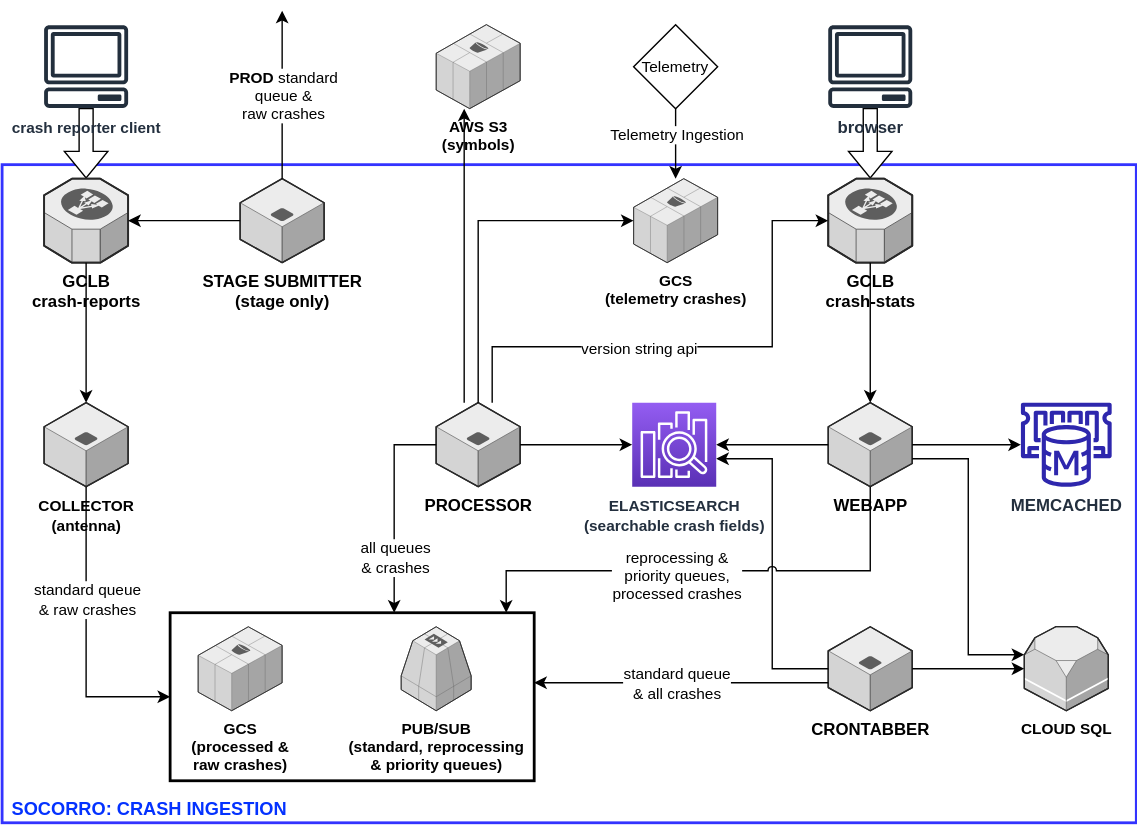
This is docs/drawio/socorro_architecture.drawio.svg from mozilla-services/socorro, a draw.io export, as it was before one commit. Source tidied: cells renumbered, new cells last; positions are measured from the earlier drawing's top-left corner, leaving out a move shared by most shapes.
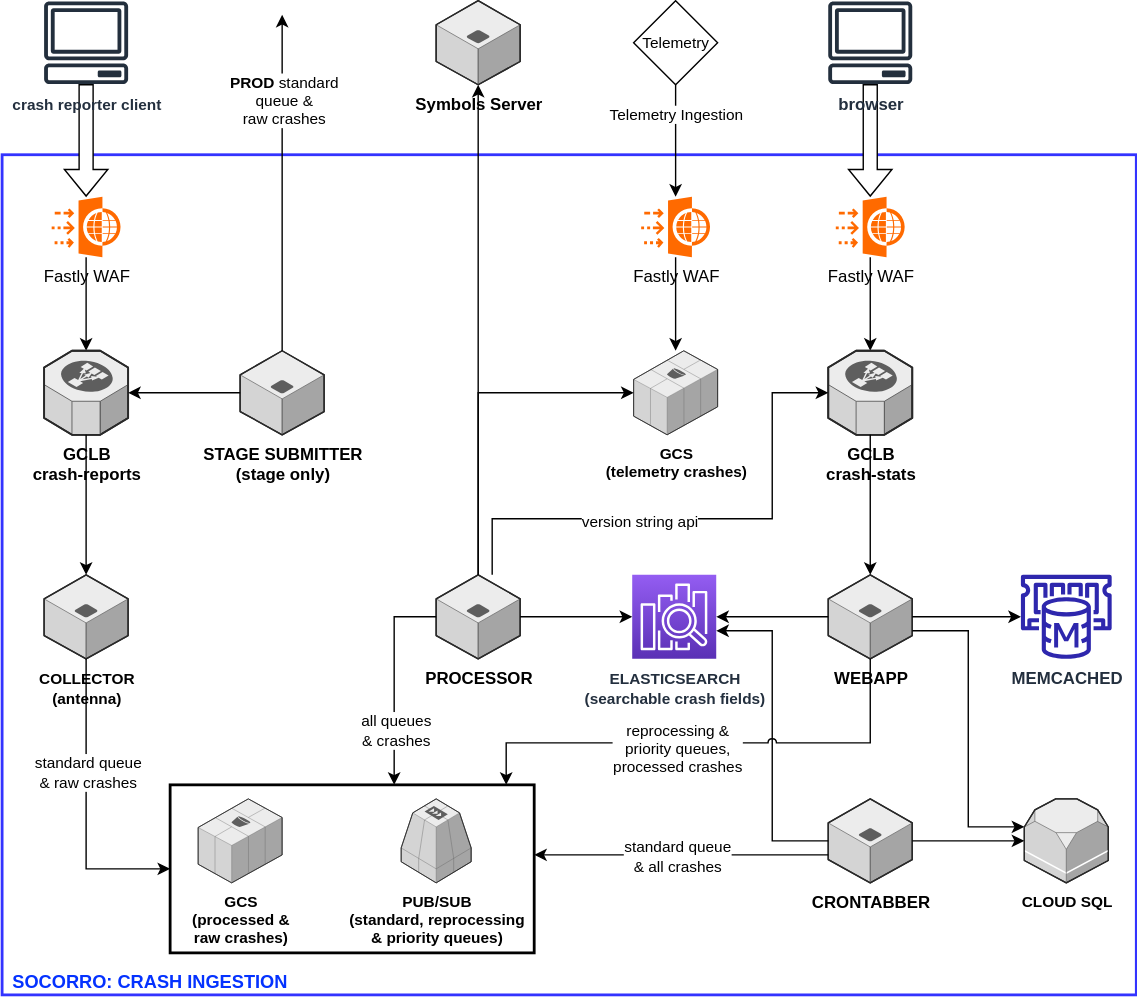
After the commit.

Commit message:
Add Fastly to the architecture diagram. (#7076)

Diff of the diagram source:
```diff
@@ -3,20 +3,17 @@
     <mxCell id="0" />
     <mxCell id="1" parent="0" />
     <mxCell id="2" style="rounded=0;whiteSpace=wrap;html=1;fontSize=11;strokeColor=#3333FF;strokeWidth=2;" parent="1" vertex="1">
-      <mxGeometry y="110" width="810" height="470" as="geometry" />
+      <mxGeometry y="-20" width="810" height="600" as="geometry" />
     </mxCell>
     <mxCell id="3" style="rounded=0;whiteSpace=wrap;html=1;fontSize=11;strokeColor=#000000;strokeWidth=2;" parent="1" vertex="1">
       <mxGeometry x="120" y="430" width="260" height="120" as="geometry" />
     </mxCell>
-    <mxCell id="4" style="shape=flexArrow;endArrow=classic;html=1;rounded=0;fillColor=default;startArrow=none;startFill=0;" parent="1" edge="1" source="6" target="7">
+    <mxCell id="4" style="endArrow=classic;html=1;rounded=0;fillColor=default;startArrow=none;startFill=0;" parent="1" edge="1" source="50" target="7">
       <mxGeometry relative="1" as="geometry" />
     </mxCell>
     <mxCell id="5" value="Telemetry" style="rhombus;whiteSpace=wrap;html=1;fontSize=11;fillColor=none;" parent="1" vertex="1">
-      <mxGeometry x="451" y="10" width="60" height="60" as="geometry" />
+      <mxGeometry x="451" y="-130" width="60" height="60" as="geometry" />
     </mxCell>
-    <mxCell id="6" value="&lt;font style=&quot;font-size: 11px&quot;&gt;&lt;b&gt;crash reporter client&lt;/b&gt;&lt;/font&gt;" style="sketch=0;outlineConnect=0;fontColor=#232F3E;gradientColor=none;fillColor=#232F3D;strokeColor=none;dashed=0;verticalLabelPosition=bottom;verticalAlign=top;align=center;html=1;fontSize=12;fontStyle=0;shape=mxgraph.aws4.client;" parent="1" vertex="1">
-      <mxGeometry x="30" y="10" width="60" height="60" as="geometry" />
-    </mxCell>
     <mxCell id="7" value="&lt;b&gt;GCLB&lt;br&gt;crash-reports&lt;br&gt;&lt;/b&gt;" style="verticalLabelPosition=bottom;html=1;verticalAlign=top;strokeWidth=1;align=center;outlineConnect=0;dashed=0;outlineConnect=0;shape=mxgraph.aws3d.elasticLoadBalancing;fillColor=#ECECEC;strokeColor=#5E5E5E;" parent="1" vertex="1">
       <mxGeometry x="30" y="120" width="60" height="60" as="geometry" />
     </mxCell>
@@ -29,7 +26,7 @@
     <mxCell id="10" value="&lt;b&gt;CLOUD SQL&lt;br&gt;&lt;/b&gt;" style="verticalLabelPosition=bottom;html=1;verticalAlign=top;strokeWidth=1;align=center;outlineConnect=0;dashed=0;outlineConnect=0;shape=mxgraph.aws3d.rds;fillColor=#ECECEC;strokeColor=#5E5E5E;fontSize=11;" parent="1" vertex="1">
       <mxGeometry x="730" y="440" width="60" height="60" as="geometry" />
     </mxCell>
-    <mxCell id="11" style="shape=flexArrow;endArrow=classic;html=1;rounded=0;fillColor=default;" parent="1" edge="1" source="20" target="21">
+    <mxCell id="11" style="endArrow=classic;html=1;rounded=0;fillColor=default;" parent="1" edge="1" source="52" target="21">
       <mxGeometry relative="1" as="geometry" />
     </mxCell>
     <mxCell id="12" value="&lt;b&gt;&lt;font style=&quot;font-size: 13px&quot;&gt;SOCORRO: CRASH INGESTION&lt;/font&gt;&lt;/b&gt;" style="text;html=1;align=center;verticalAlign=middle;fillColor=none;strokeColor=none;rounded=0;fontSize=11;fontColor=#0432ff;" parent="1" vertex="1">
@@ -53,12 +50,6 @@
     <mxCell id="18" value="&lt;b&gt;CRONTABBER&lt;/b&gt;" style="verticalLabelPosition=bottom;html=1;verticalAlign=top;strokeWidth=1;align=center;outlineConnect=0;dashed=0;outlineConnect=0;shape=mxgraph.aws3d.application_server;fillColor=#ECECEC;strokeColor=#5E5E5E;" parent="1" vertex="1">
       <mxGeometry x="590" y="440" width="60" height="60" as="geometry" />
     </mxCell>
-    <mxCell id="19" value="&lt;b&gt;AWS S3&lt;br&gt;&lt;/b&gt;&lt;div&gt;&lt;b&gt;(symbols)&lt;br&gt;&lt;/b&gt;&lt;/div&gt;" style="verticalLabelPosition=bottom;html=1;verticalAlign=top;strokeWidth=1;align=center;outlineConnect=0;dashed=0;outlineConnect=0;shape=mxgraph.aws3d.s3;fillColor=#ECECEC;strokeColor=#5E5E5E;fontSize=11;" parent="1" vertex="1">
-      <mxGeometry x="310" y="10" width="60" height="60" as="geometry" />
-    </mxCell>
-    <mxCell id="20" value="&lt;b&gt;browser&lt;/b&gt;" style="sketch=0;outlineConnect=0;fontColor=#232F3E;gradientColor=none;fillColor=#232F3D;strokeColor=none;dashed=0;verticalLabelPosition=bottom;verticalAlign=top;align=center;html=1;fontSize=12;fontStyle=0;shape=mxgraph.aws4.client;" parent="1" vertex="1">
-      <mxGeometry x="590" y="10" width="60" height="60" as="geometry" />
-    </mxCell>
     <mxCell id="21" value="&lt;b&gt;GCLB&lt;br&gt;crash-stats&lt;/b&gt;" style="verticalLabelPosition=bottom;html=1;verticalAlign=top;strokeWidth=1;align=center;outlineConnect=0;dashed=0;outlineConnect=0;shape=mxgraph.aws3d.elasticLoadBalancing;fillColor=#ECECEC;strokeColor=#5E5E5E;" parent="1" vertex="1">
       <mxGeometry x="590" y="120" width="60" height="60" as="geometry" />
     </mxCell>
@@ -97,7 +88,7 @@
     </mxCell>
     <mxCell id="29" style="endArrow=classic;html=1;rounded=0;edgeStyle=orthogonalEdgeStyle;" parent="1" edge="1" source="22">
       <mxGeometry relative="1" as="geometry">
-        <mxPoint x="200" as="targetPoint" />
+        <mxPoint x="200" y="-120" as="targetPoint" />
         <Array as="points">
           <mxPoint x="200" y="50" />
           <mxPoint x="200" y="50" />
@@ -106,7 +97,7 @@
     </mxCell>
     <mxCell id="30" value="&lt;div&gt;&lt;b&gt;PROD&lt;/b&gt; standard&lt;/div&gt;&lt;div&gt;queue &amp;amp;&lt;/div&gt;&lt;div&gt;raw crashes&lt;br&gt;&lt;/div&gt;" style="edgeLabel;html=1;align=center;verticalAlign=middle;" parent="29" vertex="1">
       <mxGeometry x="-0.34" y="-2" relative="1" as="geometry">
-        <mxPoint x="-2" y="-20" as="offset" />
+        <mxPoint x="-2" y="-101" as="offset" />
       </mxGeometry>
     </mxCell>
     <mxCell id="31" style="endArrow=classic;html=1;rounded=0;edgeStyle=orthogonalEdgeStyle;" parent="1" edge="1" source="22" target="7">
@@ -129,20 +120,12 @@
     <mxCell id="34" style="endArrow=classic;html=1;rounded=0;edgeStyle=orthogonalEdgeStyle;" parent="1" edge="1" source="7" target="8">
       <mxGeometry relative="1" as="geometry" />
     </mxCell>
-    <mxCell id="35" style="endArrow=none;html=1;rounded=0;startArrow=classic;startFill=1;endFill=0;edgeStyle=orthogonalEdgeStyle;" parent="1" edge="1" source="19" target="16">
-      <mxGeometry relative="1" as="geometry">
-        <Array as="points">
-          <mxPoint x="330" y="170" />
-          <mxPoint x="330" y="170" />
-        </Array>
-      </mxGeometry>
+    <mxCell id="35" style="endArrow=none;html=1;rounded=0;startArrow=classic;startFill=1;endFill=0;edgeStyle=orthogonalEdgeStyle;" parent="1" edge="1" source="53" target="16">
+      <mxGeometry relative="1" as="geometry" />
     </mxCell>
-    <mxCell id="36" style="endArrow=classic;html=1;rounded=0;edgeStyle=orthogonalEdgeStyle;" parent="1" edge="1" source="5" target="23">
+    <mxCell id="36" style="endArrow=classic;html=1;rounded=0;edgeStyle=orthogonalEdgeStyle;" parent="1" edge="1" source="55" target="23">
       <mxGeometry relative="1" as="geometry" />
     </mxCell>
-    <mxCell id="37" value="&lt;div&gt;Telemetry Ingestion&lt;br&gt;&lt;/div&gt;" style="edgeLabel;html=1;align=center;verticalAlign=middle;" parent="36" vertex="1">
-      <mxGeometry x="-0.28" relative="1" as="geometry" />
-    </mxCell>
     <mxCell id="38" style="endArrow=classic;html=1;rounded=0;edgeStyle=orthogonalEdgeStyle;" parent="1" edge="1" source="21" target="17">
       <mxGeometry relative="1" as="geometry" />
     </mxCell>
@@ -208,5 +191,37 @@
         <mxPoint x="88" as="offset" />
       </mxGeometry>
     </mxCell>
+    <mxCell id="49" style="shape=flexArrow;endArrow=classic;html=1;rounded=0;fillColor=default;startArrow=none;startFill=0;" parent="1" edge="1" source="6" target="50">
+      <mxGeometry relative="1" as="geometry" />
+    </mxCell>
+    <mxCell id="50" value="Fastly WAF" style="points=[];html=1;align=center;shadow=0;dashed=0;fillColor=#FF6A00;strokeColor=none;shape=mxgraph.alibaba_cloud.waf_web_application_firewall;labelPosition=center;verticalLabelPosition=bottom;verticalAlign=top;" parent="1" vertex="1">
+      <mxGeometry x="35.4" y="10" width="49.2" height="43.2" as="geometry" />
+    </mxCell>
+    <mxCell id="51" style="shape=flexArrow;endArrow=classic;html=1;rounded=0;fillColor=default;" parent="1" edge="1" source="20" target="52">
+      <mxGeometry relative="1" as="geometry" />
+    </mxCell>
+    <mxCell id="52" value="Fastly WAF" style="points=[];html=1;align=center;shadow=0;dashed=0;fillColor=#FF6A00;strokeColor=none;shape=mxgraph.alibaba_cloud.waf_web_application_firewall;labelPosition=center;verticalLabelPosition=bottom;verticalAlign=top;" parent="1" vertex="1">
+      <mxGeometry x="595.4" y="10" width="49.2" height="43.2" as="geometry" />
+    </mxCell>
+    <mxCell id="6" value="&lt;font style=&quot;font-size: 11px&quot;&gt;&lt;b&gt;crash reporter client&lt;/b&gt;&lt;/font&gt;" style="sketch=0;outlineConnect=0;fontColor=#232F3E;gradientColor=none;fillColor=#232F3D;strokeColor=none;dashed=0;verticalLabelPosition=bottom;verticalAlign=top;align=center;html=1;fontSize=12;fontStyle=0;shape=mxgraph.aws4.client;" parent="1" vertex="1">
+      <mxGeometry x="30" y="-130" width="60" height="60" as="geometry" />
+    </mxCell>
+    <mxCell id="20" value="&lt;b&gt;browser&lt;/b&gt;" style="sketch=0;outlineConnect=0;fontColor=#232F3E;gradientColor=none;fillColor=#232F3D;strokeColor=none;dashed=0;verticalLabelPosition=bottom;verticalAlign=top;align=center;html=1;fontSize=12;fontStyle=0;shape=mxgraph.aws4.client;" parent="1" vertex="1">
+      <mxGeometry x="590" y="-130" width="60" height="60" as="geometry" />
+    </mxCell>
+    <mxCell id="53" value="&lt;b&gt;Symbols Server&lt;/b&gt;" style="verticalLabelPosition=bottom;html=1;verticalAlign=top;strokeWidth=1;align=center;outlineConnect=0;dashed=0;outlineConnect=0;shape=mxgraph.aws3d.application_server;fillColor=#ECECEC;strokeColor=#5E5E5E;" parent="1" vertex="1">
+      <mxGeometry x="310" y="-130" width="60" height="60" as="geometry" />
+    </mxCell>
+    <mxCell id="54" style="endArrow=classic;html=1;rounded=0;edgeStyle=orthogonalEdgeStyle;" parent="1" edge="1" source="5" target="55">
+      <mxGeometry relative="1" as="geometry" />
+    </mxCell>
+    <mxCell id="37" value="&lt;div&gt;Telemetry Ingestion&lt;br&gt;&lt;/div&gt;" style="edgeLabel;html=1;align=center;verticalAlign=middle;" parent="54" vertex="1">
+      <mxGeometry x="-0.28" relative="1" as="geometry">
+        <mxPoint x="-1" y="-9" as="offset" />
+      </mxGeometry>
+    </mxCell>
+    <mxCell id="55" value="Fastly WAF" style="points=[];html=1;align=center;shadow=0;dashed=0;fillColor=#FF6A00;strokeColor=none;shape=mxgraph.alibaba_cloud.waf_web_application_firewall;labelPosition=center;verticalLabelPosition=bottom;verticalAlign=top;" parent="1" vertex="1">
+      <mxGeometry x="456.4" y="10" width="49.2" height="43.2" as="geometry" />
+    </mxCell>
   </root>
 </mxGraphModel>
```
